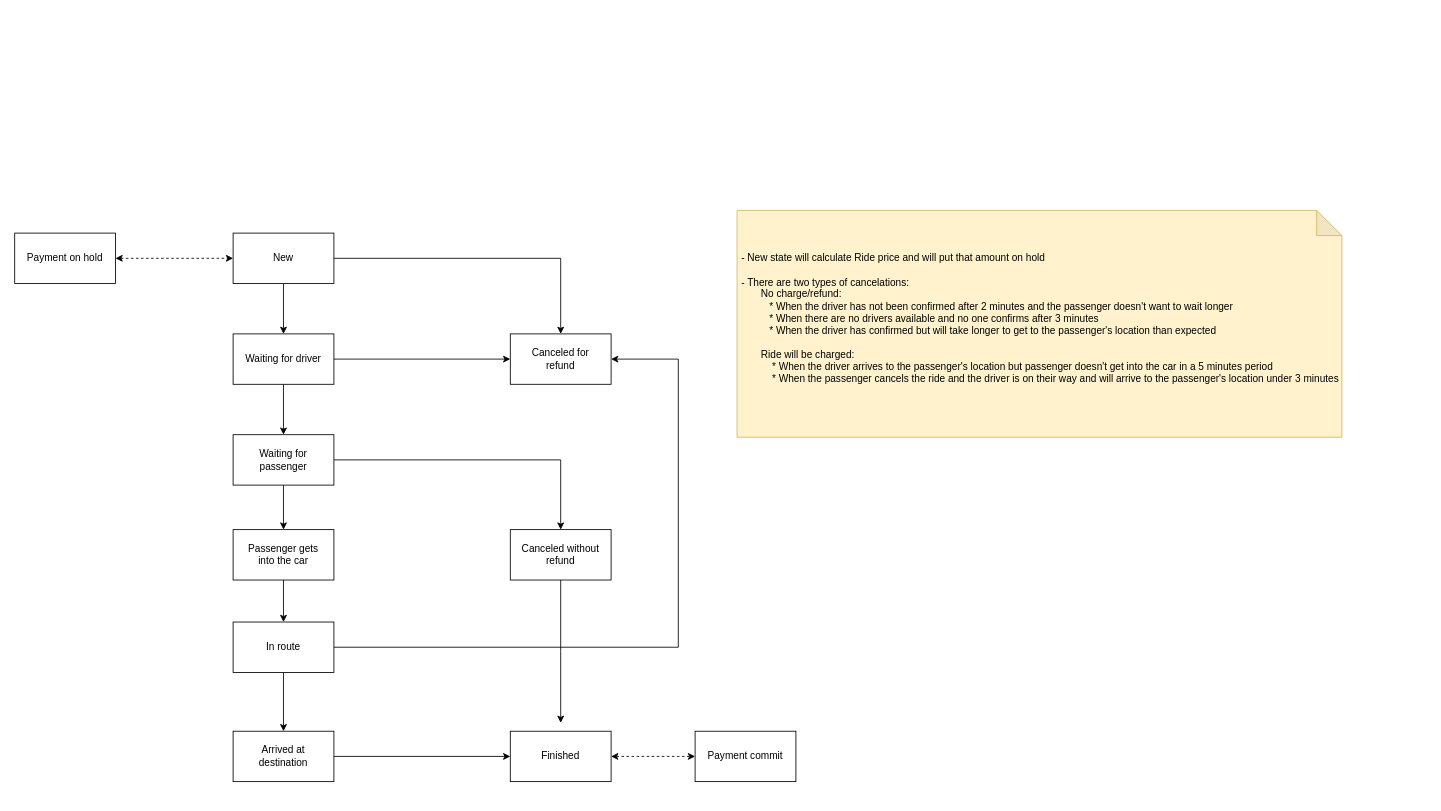
Above: architecture/diagrams/use-cases/ride-states.drawio in RideXpress/docs (draw.io), before the change. Source tidied: cells renumbered, new cells numbered last; positions are measured from the earlier drawing's top-left corner, leaving out a move shared by most shapes. Both pictures are drawn from the tidied source at 84%, with x=0, y=0 at pixel (14, 210).
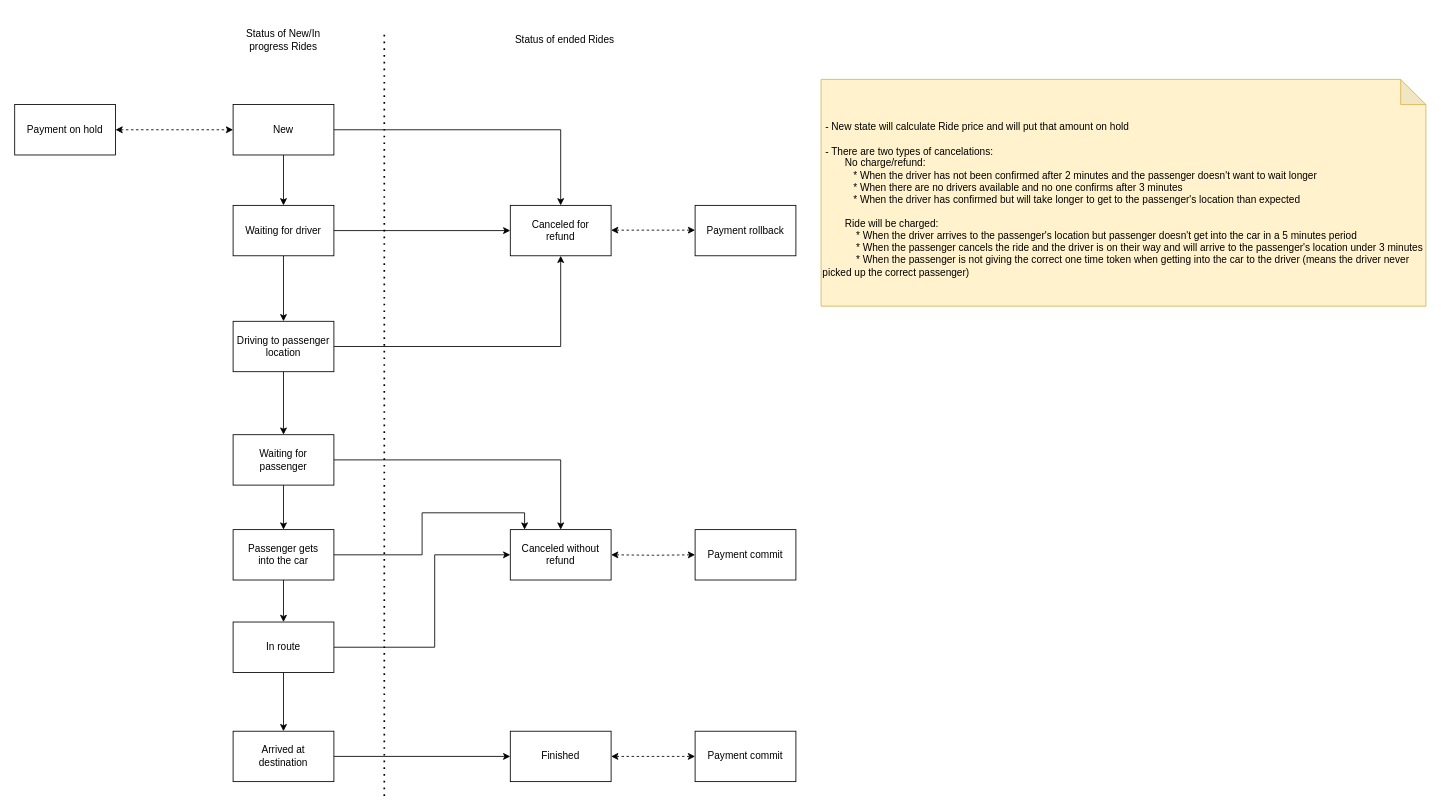
Above is the later version.

Unchanged cells that the change refers to:
```xml
<mxCell id="11" value="Waiting for&lt;br&gt;passenger" style="rounded=0;whiteSpace=wrap;html=1;" parent="1" vertex="1">
  <mxGeometry x="260" y="267" width="120" height="60" as="geometry" />
</mxCell>
<mxCell id="14" value="In route" style="rounded=0;whiteSpace=wrap;html=1;" parent="1" vertex="1">
  <mxGeometry x="260" y="490" width="120" height="60" as="geometry" />
</mxCell>
<mxCell id="20" value="Passenger gets&lt;br&gt;into the car" style="rounded=0;whiteSpace=wrap;html=1;" parent="1" vertex="1">
  <mxGeometry x="260" y="380" width="120" height="60" as="geometry" />
</mxCell>
<mxCell id="25" value="Canceled without&lt;br&gt;refund" style="rounded=0;whiteSpace=wrap;html=1;" parent="1" vertex="1">
  <mxGeometry x="590" y="380" width="120" height="60" as="geometry" />
</mxCell>
```

The edit, as a diff of the source:
```diff
@@
     <mxCell id="4" value="New" style="rounded=0;whiteSpace=wrap;html=1;" parent="1" vertex="1">
-      <mxGeometry x="260" y="27" width="120" height="60" as="geometry" />
+      <mxGeometry x="260" y="-126" width="120" height="60" as="geometry" />
     </mxCell>
-    <mxCell id="5" style="edgeStyle=orthogonalEdgeStyle;rounded=0;jettySize=auto;html=1;exitX=0.5;exitY=1;exitDx=0;exitDy=0;entryX=0.5;entryY=0;entryDx=0;entryDy=0;" parent="1" edge="1" source="7" target="11">
+    <mxCell id="5" style="edgeStyle=orthogonalEdgeStyle;rounded=0;jettySize=auto;html=1;exitX=0.5;exitY=1;exitDx=0;exitDy=0;entryX=0.5;entryY=0;entryDx=0;entryDy=0;" parent="1" edge="1" source="7" target="36">
       <mxGeometry relative="1" as="geometry" />
     </mxCell>
@@
     <mxCell id="7" value="Waiting for driver" style="rounded=0;whiteSpace=wrap;html=1;" parent="1" vertex="1">
-      <mxGeometry x="260" y="147" width="120" height="60" as="geometry" />
+      <mxGeometry x="260" y="-6" width="120" height="60" as="geometry" />
     </mxCell>
     <mxCell id="8" value="Canceled for&lt;br&gt;refund" style="rounded=0;whiteSpace=wrap;html=1;" parent="1" vertex="1">
-      <mxGeometry x="590" y="147" width="120" height="60" as="geometry" />
+      <mxGeometry x="590" y="-6" width="120" height="60" as="geometry" />
     </mxCell>
@@
-    <mxCell id="13" style="edgeStyle=orthogonalEdgeStyle;rounded=0;jettySize=auto;html=1;exitX=1;exitY=0.5;exitDx=0;exitDy=0;entryX=1;entryY=0.5;entryDx=0;entryDy=0;" parent="1" edge="1" source="14" target="8">
+    <mxCell id="13" style="edgeStyle=orthogonalEdgeStyle;rounded=0;jettySize=auto;html=1;exitX=1;exitY=0.5;exitDx=0;exitDy=0;entryX=0;entryY=0.5;entryDx=0;entryDy=0;" parent="1" edge="1" source="14" target="25">
       <mxGeometry relative="1" as="geometry">
         <Array as="points">
-          <mxPoint x="790" y="520" />
-          <mxPoint x="790" y="177" />
+          <mxPoint x="500" y="520" />
+          <mxPoint x="500" y="410" />
         </Array>
       </mxGeometry>
     </mxCell>
@@
     <mxCell id="21" value="Payment on hold" style="rounded=0;whiteSpace=wrap;html=1;" parent="1" vertex="1">
-      <mxGeometry y="27" width="120" height="60" as="geometry" />
+      <mxGeometry y="-126" width="120" height="60" as="geometry" />
     </mxCell>
@@
-    <mxCell id="24" style="edgeStyle=orthogonalEdgeStyle;rounded=0;jettySize=auto;html=1;" parent="1" edge="1" source="25">
-      <mxGeometry relative="1" as="geometry">
-        <mxPoint x="650" y="610" as="targetPoint" />
-      </mxGeometry>
-    </mxCell>
@@
-    <mxCell id="26" value="&lt;br&gt;&lt;br&gt;&lt;br&gt;&amp;nbsp;- New state will calculate Ride price and will put that amount on hold&lt;br&gt;&lt;br&gt;&amp;nbsp;- There are two types of cancelations:&lt;br&gt;&amp;nbsp; &amp;nbsp; &amp;nbsp; &amp;nbsp; No charge/refund:&lt;br&gt;&amp;nbsp; &amp;nbsp; &amp;nbsp; &amp;nbsp; &amp;nbsp; &amp;nbsp;* When the driver has not been confirmed after 2 minutes and the passenger doesn't want to wait longer&lt;br&gt;&amp;nbsp; &amp;nbsp; &amp;nbsp; &amp;nbsp; &amp;nbsp; &amp;nbsp;* When there are no drivers available and no one confirms after 3 minutes&lt;br&gt;&amp;nbsp; &amp;nbsp; &amp;nbsp; &amp;nbsp; &amp;nbsp; &amp;nbsp;* When the driver has confirmed but will take longer to get to the passenger's location than expected&lt;br&gt;&lt;br&gt;&amp;nbsp; &amp;nbsp; &amp;nbsp; &amp;nbsp; Ride will be charged:&lt;br&gt;&amp;nbsp; &amp;nbsp; &amp;nbsp; &amp;nbsp; &amp;nbsp; &amp;nbsp; * When the driver arrives to the passenger's location but passenger doesn't get into the car in a 5 minutes period&lt;br&gt;&amp;nbsp; &amp;nbsp; &amp;nbsp; &amp;nbsp; &amp;nbsp; &amp;nbsp; * When the passenger cancels the ride and the driver is on their way and will arrive to the passenger's location under 3 minutes" style="shape=note;whiteSpace=wrap;html=1;backgroundOutline=1;darkOpacity=0.05;fillColor=#fff2cc;strokeColor=#d6b656;align=left;perimeterSpacing=10;spacingTop=0;verticalAlign=top;" parent="1" vertex="1">
-      <mxGeometry x="860" width="720" height="270" as="geometry" />
+    <mxCell id="26" value="&lt;br&gt;&lt;br&gt;&lt;br&gt;&amp;nbsp;- New state will calculate Ride price and will put that amount on hold&lt;br&gt;&lt;br&gt;&amp;nbsp;- There are two types of cancelations:&lt;br&gt;&amp;nbsp; &amp;nbsp; &amp;nbsp; &amp;nbsp; No charge/refund:&lt;br&gt;&amp;nbsp; &amp;nbsp; &amp;nbsp; &amp;nbsp; &amp;nbsp; &amp;nbsp;* When the driver has not been confirmed after 2 minutes and the passenger doesn't want to wait longer&lt;br&gt;&amp;nbsp; &amp;nbsp; &amp;nbsp; &amp;nbsp; &amp;nbsp; &amp;nbsp;* When there are no drivers available and no one confirms after 3 minutes&lt;br&gt;&amp;nbsp; &amp;nbsp; &amp;nbsp; &amp;nbsp; &amp;nbsp; &amp;nbsp;* When the driver has confirmed but will take longer to get to the passenger's location than expected&lt;br&gt;&lt;br&gt;&amp;nbsp; &amp;nbsp; &amp;nbsp; &amp;nbsp; Ride will be charged:&lt;br&gt;&amp;nbsp; &amp;nbsp; &amp;nbsp; &amp;nbsp; &amp;nbsp; &amp;nbsp; * When the driver arrives to the passenger's location but passenger doesn't get into the car in a 5 minutes period&lt;br&gt;&amp;nbsp; &amp;nbsp; &amp;nbsp; &amp;nbsp; &amp;nbsp; &amp;nbsp; * When the passenger cancels the ride and the driver is on their way and will arrive to the passenger's location under 3 minutes&lt;br&gt;&amp;nbsp; &amp;nbsp; &amp;nbsp; &amp;nbsp; &amp;nbsp; &amp;nbsp; * When the passenger is not giving the correct one time token when getting into the car to the driver (means the driver never picked up the correct passenger)" style="shape=note;whiteSpace=wrap;html=1;backgroundOutline=1;darkOpacity=0.05;fillColor=#fff2cc;strokeColor=#d6b656;align=left;perimeterSpacing=10;spacingTop=0;verticalAlign=top;" parent="1" vertex="1">
+      <mxGeometry x="960" y="-156" width="720" height="270" as="geometry" />
     </mxCell>
+    <mxCell id="27" value="Payment rollback" style="rounded=0;whiteSpace=wrap;html=1;" parent="1" vertex="1">
+      <mxGeometry x="810" y="-6" width="120" height="60" as="geometry" />
+    </mxCell>
+    <mxCell id="28" style="edgeStyle=orthogonalEdgeStyle;rounded=0;orthogonalLoop=1;jettySize=auto;html=1;entryX=0;entryY=0.5;entryDx=0;entryDy=0;endArrow=classic;endFill=1;dashed=1;startArrow=classic;startFill=1;" parent="1" edge="1">
+      <mxGeometry relative="1" as="geometry">
+        <mxPoint x="710" y="23.5" as="sourcePoint" />
+        <mxPoint x="810" y="23.5" as="targetPoint" />
+      </mxGeometry>
+    </mxCell>
+    <mxCell id="29" style="edgeStyle=orthogonalEdgeStyle;rounded=0;jettySize=auto;html=1;entryX=0;entryY=0.5;entryDx=0;entryDy=0;endArrow=classic;endFill=1;dashed=1;startArrow=classic;startFill=1;" parent="1" edge="1" target="30">
+      <mxGeometry relative="1" as="geometry">
+        <mxPoint x="710" y="410" as="sourcePoint" />
+      </mxGeometry>
+    </mxCell>
+    <mxCell id="30" value="Payment commit" style="rounded=0;whiteSpace=wrap;html=1;" parent="1" vertex="1">
+      <mxGeometry x="810" y="380" width="120" height="60" as="geometry" />
+    </mxCell>
+    <mxCell id="31" style="endArrow=none;dashed=1;html=1;dashPattern=1 3;strokeWidth=2;rounded=0;" parent="1" edge="1">
+      <mxGeometry relative="1" as="geometry">
+        <mxPoint x="440" y="697" as="sourcePoint" />
+        <mxPoint x="440" y="-213" as="targetPoint" />
+      </mxGeometry>
+    </mxCell>
+    <mxCell id="32" value="Status of ended Rides" style="text;html=1;strokeColor=none;fillColor=none;align=center;verticalAlign=middle;whiteSpace=wrap;rounded=0;" parent="1" vertex="1">
+      <mxGeometry x="590" y="-228" width="130" height="50" as="geometry" />
+    </mxCell>
+    <mxCell id="33" value="Status of New/In progress Rides" style="text;html=1;strokeColor=none;fillColor=none;align=center;verticalAlign=middle;whiteSpace=wrap;rounded=0;" parent="1" vertex="1">
+      <mxGeometry x="265" y="-233" width="110" height="60" as="geometry" />
+    </mxCell>
+    <mxCell id="34" style="edgeStyle=orthogonalEdgeStyle;rounded=0;jettySize=auto;html=1;entryX=0.5;entryY=0;entryDx=0;entryDy=0;" parent="1" edge="1" source="36" target="11">
+      <mxGeometry relative="1" as="geometry" />
+    </mxCell>
+    <mxCell id="35" style="edgeStyle=orthogonalEdgeStyle;rounded=0;jettySize=auto;html=1;entryX=0.5;entryY=1;entryDx=0;entryDy=0;" parent="1" edge="1" source="36" target="8">
+      <mxGeometry relative="1" as="geometry" />
+    </mxCell>
+    <mxCell id="36" value="Driving to passenger location" style="rounded=0;whiteSpace=wrap;html=1;" parent="1" vertex="1">
+      <mxGeometry x="260" y="132" width="120" height="60" as="geometry" />
+    </mxCell>
+    <mxCell id="37" style="edgeStyle=orthogonalEdgeStyle;rounded=0;jettySize=auto;html=1;entryX=0.142;entryY=0;entryDx=0;entryDy=0;entryPerimeter=0;" parent="1" edge="1" source="20" target="25">
+      <mxGeometry relative="1" as="geometry" />
+    </mxCell>
```
